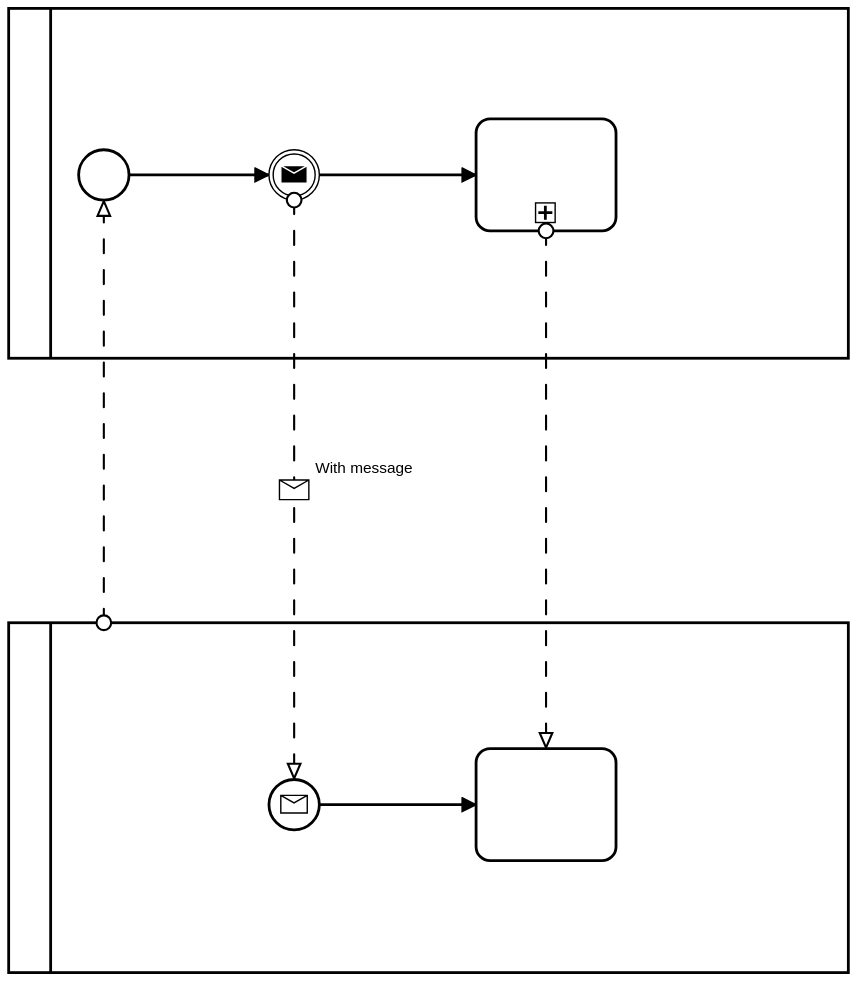
Above: bpmn-files/all_message_flow_types.svg in process-analytics/bpmn-visualization-examples (BPMN), before the change. Its source is kept beside it as bpmn-files/all_message_flow_types.bpmn. Ids are renumbered. Its diagram source:
```xml
<bpmn:definitions xmlns:xsi="http://www.w3.org/2001/XMLSchema-instance" xmlns:bpmn="http://www.omg.org/spec/BPMN/20100524/MODEL" xmlns:bpmndi="http://www.omg.org/spec/BPMN/20100524/DI" xmlns:dc="http://www.omg.org/spec/DD/20100524/DC" xmlns:di="http://www.omg.org/spec/DD/20100524/DI" id="Definitions_n1" targetNamespace="http://bpmn.io/schema/bpmn" exporter="bpmn-js (https://demo.bpmn.io)" exporterVersion="7.2.0">
  <bpmn:message id="Message_1" />
  <bpmn:collaboration id="Collaboration_n2">
    <bpmn:participant id="Participant_n3" processRef="Process_n4" />
    <bpmn:participant id="Participant_n5" processRef="Process_n6" />
    <bpmn:messageFlow id="Flow_n7" sourceRef="Participant_n5" targetRef="StartEvent_n8" />
    <bpmn:messageFlow id="Flow_n9" sourceRef="Activity_n10" targetRef="Activity_n11" />
    <bpmn:messageFlow id="Flow_n12" name="With message" sourceRef="Event_n13" targetRef="Event_n14" messageRef="Message_1" />
  </bpmn:collaboration>
  <bpmn:process id="Process_n4" isExecutable="false">
    <bpmn:startEvent id="StartEvent_n8">
      <bpmn:outgoing>Flow_n15</bpmn:outgoing>
    </bpmn:startEvent>
    <bpmn:intermediateThrowEvent id="Event_n13">
      <bpmn:incoming>Flow_n15</bpmn:incoming>
      <bpmn:outgoing>Flow_n16</bpmn:outgoing>
      <bpmn:messageEventDefinition id="MessageEventDefinition_n17" />
    </bpmn:intermediateThrowEvent>
    <bpmn:subProcess id="Activity_n10">
      <bpmn:incoming>Flow_n16</bpmn:incoming>
    </bpmn:subProcess>
    <bpmn:sequenceFlow id="Flow_n15" sourceRef="StartEvent_n8" targetRef="Event_n13" />
    <bpmn:sequenceFlow id="Flow_n16" sourceRef="Event_n13" targetRef="Activity_n10" />
  </bpmn:process>
  <bpmn:process id="Process_n6">
    <bpmn:task id="Activity_n11">
      <bpmn:incoming>Flow_n18</bpmn:incoming>
    </bpmn:task>
    <bpmn:startEvent id="Event_n14">
      <bpmn:outgoing>Flow_n18</bpmn:outgoing>
      <bpmn:messageEventDefinition id="MessageEventDefinition_n19" />
    </bpmn:startEvent>
    <bpmn:sequenceFlow id="Flow_n18" sourceRef="Event_n14" targetRef="Activity_n11" />
  </bpmn:process>
  <bpmndi:BPMNDiagram id="BPMNDiagram_1">
    <bpmndi:BPMNPlane id="BPMNPlane_1" bpmnElement="Collaboration_n2">
      <bpmndi:BPMNShape id="Participant_n3_di" bpmnElement="Participant_n3" isHorizontal="true">
        <dc:Bounds x="156" y="61" width="600" height="250" />
      </bpmndi:BPMNShape>
      <bpmndi:BPMNEdge id="Flow_n16_di" bpmnElement="Flow_n16">
        <di:waypoint x="378" y="180" />
        <di:waypoint x="490" y="180" />
      </bpmndi:BPMNEdge>
      <bpmndi:BPMNEdge id="Flow_n15_di" bpmnElement="Flow_n15">
        <di:waypoint x="242" y="180" />
        <di:waypoint x="342" y="180" />
      </bpmndi:BPMNEdge>
      <bpmndi:BPMNShape id="_BPMNShape_StartEvent_2" bpmnElement="StartEvent_n8">
        <dc:Bounds x="206" y="162" width="36" height="36" />
      </bpmndi:BPMNShape>
      <bpmndi:BPMNShape id="Event_0nzdg36_di" bpmnElement="Event_n13">
        <dc:Bounds x="342" y="162" width="36" height="36" />
      </bpmndi:BPMNShape>
      <bpmndi:BPMNShape id="Activity_11zco59_di" bpmnElement="Activity_n10">
        <dc:Bounds x="490" y="140" width="100" height="80" />
      </bpmndi:BPMNShape>
      <bpmndi:BPMNShape id="Participant_n5_di" bpmnElement="Participant_n5" isHorizontal="true">
        <dc:Bounds x="156" y="500" width="600" height="250" />
      </bpmndi:BPMNShape>
      <bpmndi:BPMNEdge id="Flow_n18_di" bpmnElement="Flow_n18">
        <di:waypoint x="378" y="630" />
        <di:waypoint x="490" y="630" />
      </bpmndi:BPMNEdge>
      <bpmndi:BPMNShape id="Activity_n11_di" bpmnElement="Activity_n11">
        <dc:Bounds x="490" y="590" width="100" height="80" />
      </bpmndi:BPMNShape>
      <bpmndi:BPMNShape id="Event_1yp3bjd_di" bpmnElement="Event_n14">
        <dc:Bounds x="342" y="612" width="36" height="36" />
      </bpmndi:BPMNShape>
      <bpmndi:BPMNEdge id="Flow_n7_di" bpmnElement="Flow_n7">
        <di:waypoint x="224" y="500" />
        <di:waypoint x="224" y="198" />
      </bpmndi:BPMNEdge>
      <bpmndi:BPMNEdge id="Flow_n9_di" bpmnElement="Flow_n9">
        <di:waypoint x="540" y="220" />
        <di:waypoint x="540" y="590" />
      </bpmndi:BPMNEdge>
      <bpmndi:BPMNEdge id="Flow_n12_di" bpmnElement="Flow_n12">
        <di:waypoint x="360" y="198" />
        <di:waypoint x="360" y="612" />
        <bpmndi:BPMNLabel>
          <dc:Bounds x="375" y="383" width="70" height="14" />
        </bpmndi:BPMNLabel>
      </bpmndi:BPMNEdge>
    </bpmndi:BPMNPlane>
  </bpmndi:BPMNDiagram>
</bpmn:definitions>
```
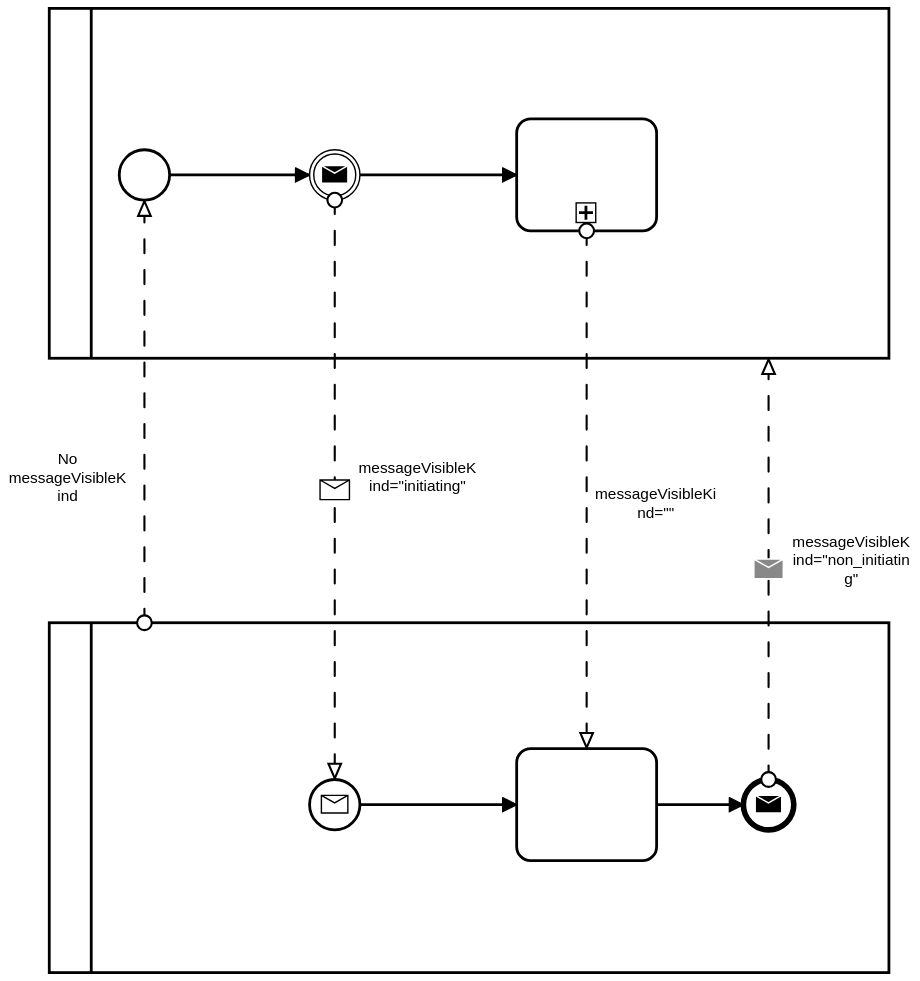
Above is the later version.

Diff of the diagram source:
```diff
@@ -3,9 +3,10 @@
   <bpmn:collaboration id="Collaboration_n2">
     <bpmn:participant id="Participant_n3" processRef="Process_n4" />
     <bpmn:participant id="Participant_n5" processRef="Process_n6" />
-    <bpmn:messageFlow id="Flow_n7" sourceRef="Participant_n5" targetRef="StartEvent_n8" />
-    <bpmn:messageFlow id="Flow_n9" sourceRef="Activity_n10" targetRef="Activity_n11" />
-    <bpmn:messageFlow id="Flow_n12" name="With message" sourceRef="Event_n13" targetRef="Event_n14" messageRef="Message_1" />
+    <bpmn:messageFlow id="Flow_n7" name="No messageVisibleKind" sourceRef="Participant_n5" targetRef="StartEvent_n8" messageRef="Message_1"/>
+    <bpmn:messageFlow id="Flow_n9" name="messageVisibleKind=&#34;&#34;" sourceRef="Activity_n10" targetRef="Activity_n11" messageRef="Message_1"/>
+    <bpmn:messageFlow id="Flow_n12" name="messageVisibleKind=&#34;initiating&#34;" sourceRef="Event_n13" targetRef="Event_n14" messageRef="Message_1" />
+    <bpmn:messageFlow id="Flow_n20" name="messageVisibleKind=&#34;non_initiating&#34;" sourceRef="Event_n21" targetRef="Participant_n3" messageRef="Message_1"/>
   </bpmn:collaboration>
   <bpmn:process id="Process_n4" isExecutable="false">
     <bpmn:startEvent id="StartEvent_n8">
@@ -25,12 +26,18 @@
   <bpmn:process id="Process_n6">
     <bpmn:task id="Activity_n11">
       <bpmn:incoming>Flow_n18</bpmn:incoming>
+      <bpmn:outgoing>Flow_n22</bpmn:outgoing>
     </bpmn:task>
     <bpmn:startEvent id="Event_n14">
       <bpmn:outgoing>Flow_n18</bpmn:outgoing>
       <bpmn:messageEventDefinition id="MessageEventDefinition_n19" />
     </bpmn:startEvent>
     <bpmn:sequenceFlow id="Flow_n18" sourceRef="Event_n14" targetRef="Activity_n11" />
+    <bpmn:sequenceFlow id="Flow_n22" sourceRef="Activity_n11" targetRef="Event_n21" />
+    <bpmn:endEvent id="Event_n21">
+      <bpmn:incoming>Flow_n22</bpmn:incoming>
+      <bpmn:messageEventDefinition id="MessageEventDefinition_n23" />
+    </bpmn:endEvent>
   </bpmn:process>
   <bpmndi:BPMNDiagram id="BPMNDiagram_1">
     <bpmndi:BPMNPlane id="BPMNPlane_1" bpmnElement="Collaboration_n2">
@@ -61,25 +68,45 @@
         <di:waypoint x="378" y="630" />
         <di:waypoint x="490" y="630" />
       </bpmndi:BPMNEdge>
+      <bpmndi:BPMNEdge id="Flow_n22_di" bpmnElement="Flow_n22">
+        <di:waypoint x="590" y="630" />
+        <di:waypoint x="652" y="630" />
+      </bpmndi:BPMNEdge>
       <bpmndi:BPMNShape id="Activity_n11_di" bpmnElement="Activity_n11">
         <dc:Bounds x="490" y="590" width="100" height="80" />
       </bpmndi:BPMNShape>
       <bpmndi:BPMNShape id="Event_1yp3bjd_di" bpmnElement="Event_n14">
         <dc:Bounds x="342" y="612" width="36" height="36" />
       </bpmndi:BPMNShape>
+      <bpmndi:BPMNShape id="Event_0ysy95y_di" bpmnElement="Event_n21">
+        <dc:Bounds x="652" y="612" width="36" height="36" />
+      </bpmndi:BPMNShape>
       <bpmndi:BPMNEdge id="Flow_n7_di" bpmnElement="Flow_n7">
         <di:waypoint x="224" y="500" />
         <di:waypoint x="224" y="198" />
+        <bpmndi:BPMNLabel>
+          <dc:Bounds x="127" y="377" width="85" height="40" />
+        </bpmndi:BPMNLabel>
       </bpmndi:BPMNEdge>
-      <bpmndi:BPMNEdge id="Flow_n9_di" bpmnElement="Flow_n9">
+      <bpmndi:BPMNEdge id="Flow_n9_di" bpmnElement="Flow_n9" messageVisibleKind="">
         <di:waypoint x="540" y="220" />
         <di:waypoint x="540" y="590" />
+        <bpmndi:BPMNLabel>
+          <dc:Bounds x="546" y="402" width="87" height="27" />
+        </bpmndi:BPMNLabel>
       </bpmndi:BPMNEdge>
-      <bpmndi:BPMNEdge id="Flow_n12_di" bpmnElement="Flow_n12">
+      <bpmndi:BPMNEdge id="Flow_n12_di" bpmnElement="Flow_n12" messageVisibleKind="initiating">
         <di:waypoint x="360" y="198" />
         <di:waypoint x="360" y="612" />
         <bpmndi:BPMNLabel>
-          <dc:Bounds x="375" y="383" width="70" height="14" />
+          <dc:Bounds x="377" y="383" width="85" height="27" />
+        </bpmndi:BPMNLabel>
+      </bpmndi:BPMNEdge>
+      <bpmndi:BPMNEdge id="Flow_n20_di" bpmnElement="Flow_n20" messageVisibleKind="non-initiating">
+        <di:waypoint x="670" y="612" />
+        <di:waypoint x="670" y="311" />
+        <bpmndi:BPMNLabel>
+          <dc:Bounds x="687" y="436" width="85" height="40" />
         </bpmndi:BPMNLabel>
       </bpmndi:BPMNEdge>
     </bpmndi:BPMNPlane>
```
